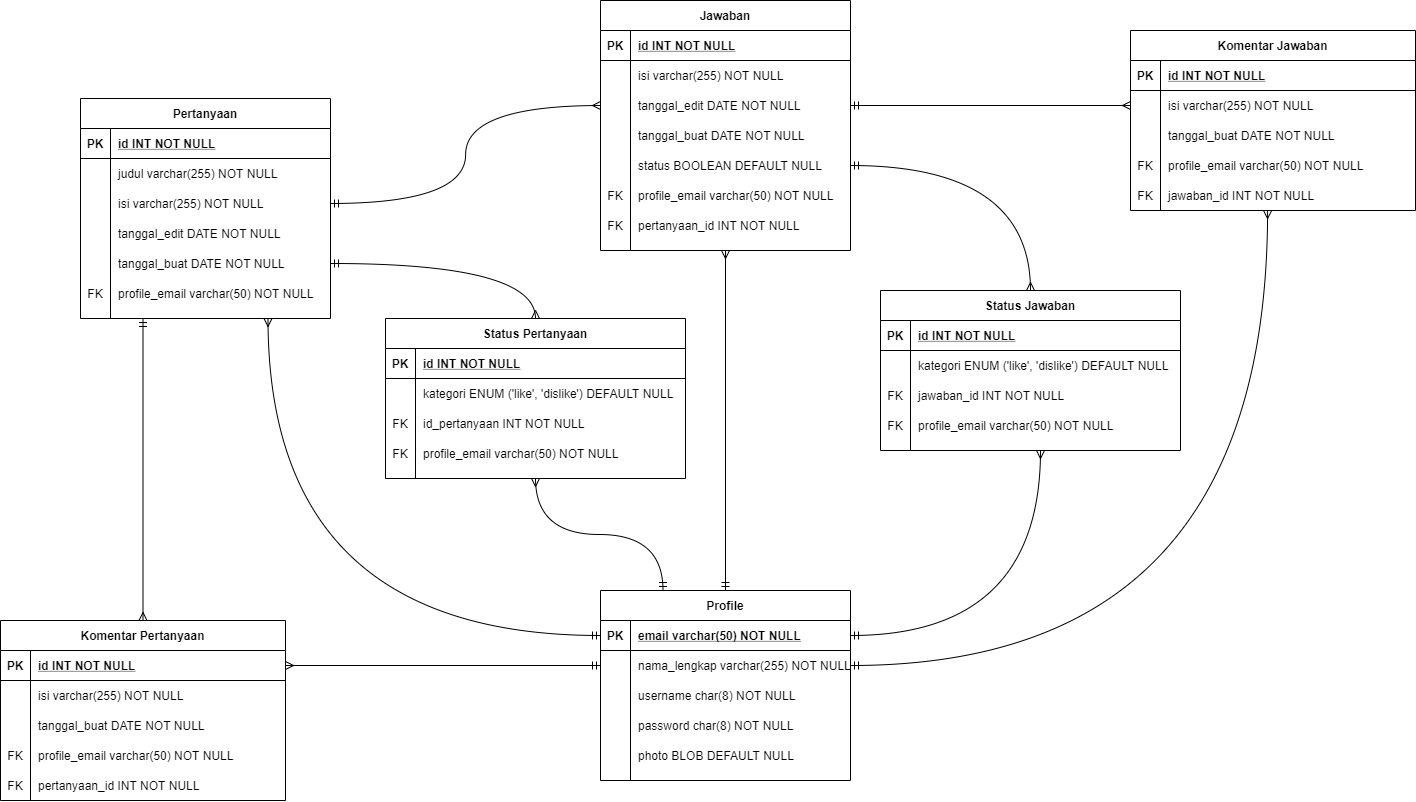
alvinhzz/ERD-Challenge keeps this draw.io diagram as ERD Challenge.png. Above is the earlier version. Source tidied: cells renumbered, new cells last; positions are measured from the earlier drawing's top-left corner, leaving out a move shared by most shapes.
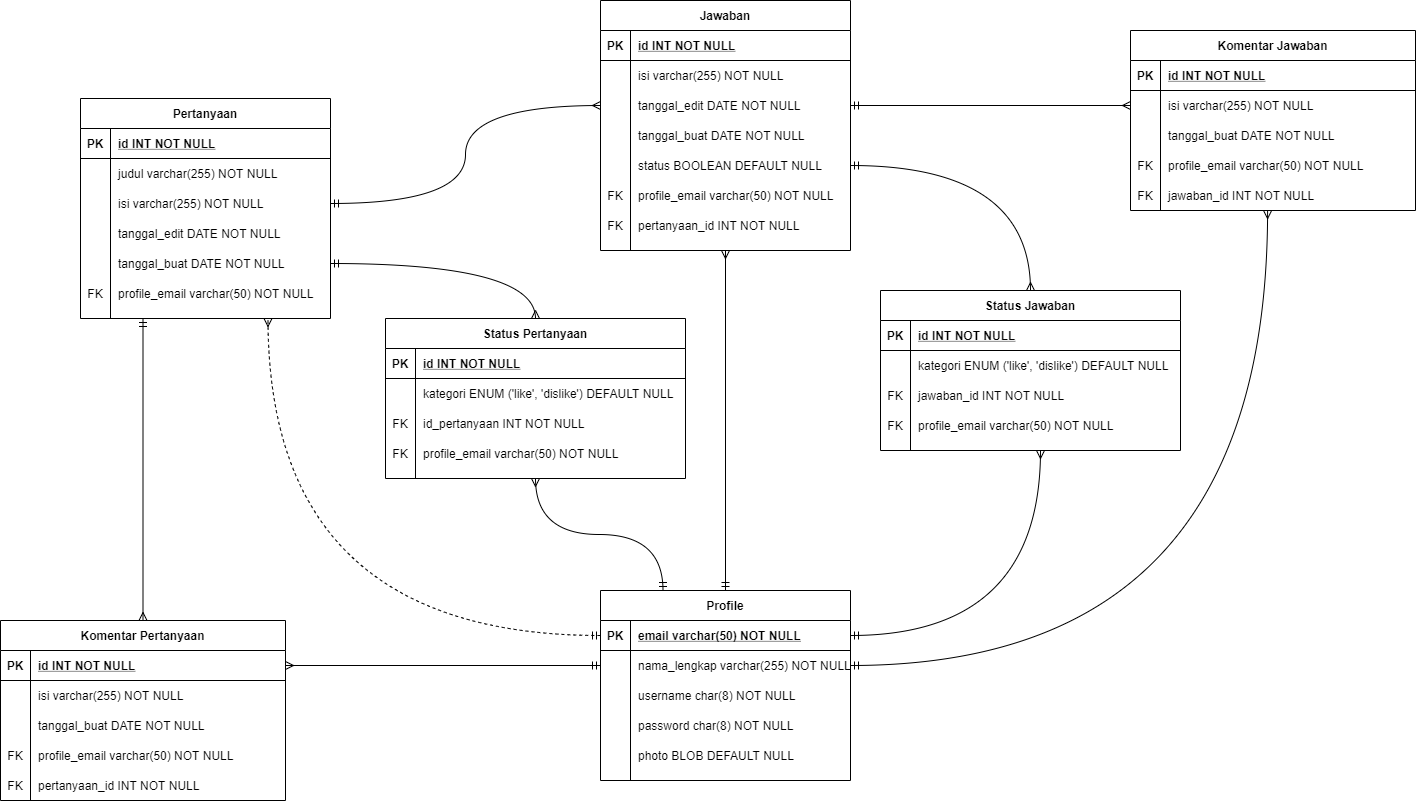
After the commit.

Diff of the diagram source:
```diff
@@ -74,7 +74,7 @@
     <mxCell id="25" style="edgeStyle=orthogonalEdgeStyle;rounded=0;sketch=0;jumpStyle=none;jettySize=auto;html=1;exitX=0.25;exitY=1;exitDx=0;exitDy=0;entryX=0.5;entryY=0;entryDx=0;entryDy=0;shadow=0;startArrow=ERmandOne;startFill=0;endArrow=ERmany;endFill=0;strokeColor=#000000;curved=1;" parent="1" edge="1" source="47" target="83">
       <mxGeometry relative="1" as="geometry" />
     </mxCell>
-    <mxCell id="26" style="edgeStyle=orthogonalEdgeStyle;rounded=0;sketch=0;jumpStyle=none;jettySize=auto;html=1;exitX=0;exitY=0.5;exitDx=0;exitDy=0;entryX=0.75;entryY=1;entryDx=0;entryDy=0;shadow=0;startArrow=ERmandOne;startFill=0;endArrow=ERmany;endFill=0;strokeColor=#000000;curved=1;" parent="1" edge="1" source="68" target="47">
+    <mxCell id="26" style="edgeStyle=orthogonalEdgeStyle;rounded=0;sketch=0;jumpStyle=none;jettySize=auto;html=1;exitX=0;exitY=0.5;exitDx=0;exitDy=0;entryX=0.75;entryY=1;entryDx=0;entryDy=0;shadow=0;startArrow=ERmandOne;startFill=0;endArrow=ERmany;endFill=0;strokeColor=#000000;curved=1;dashed=1;" parent="1" edge="1" source="68" target="47">
       <mxGeometry relative="1" as="geometry" />
     </mxCell>
     <mxCell id="27" style="edgeStyle=orthogonalEdgeStyle;rounded=0;sketch=0;jumpStyle=none;jettySize=auto;html=1;exitX=1;exitY=0.5;exitDx=0;exitDy=0;entryX=0;entryY=0.5;entryDx=0;entryDy=0;shadow=0;startArrow=ERmandOne;startFill=0;endArrow=ERmany;endFill=0;strokeColor=#000000;curved=1;" parent="1" edge="1" source="54" target="10">
```
